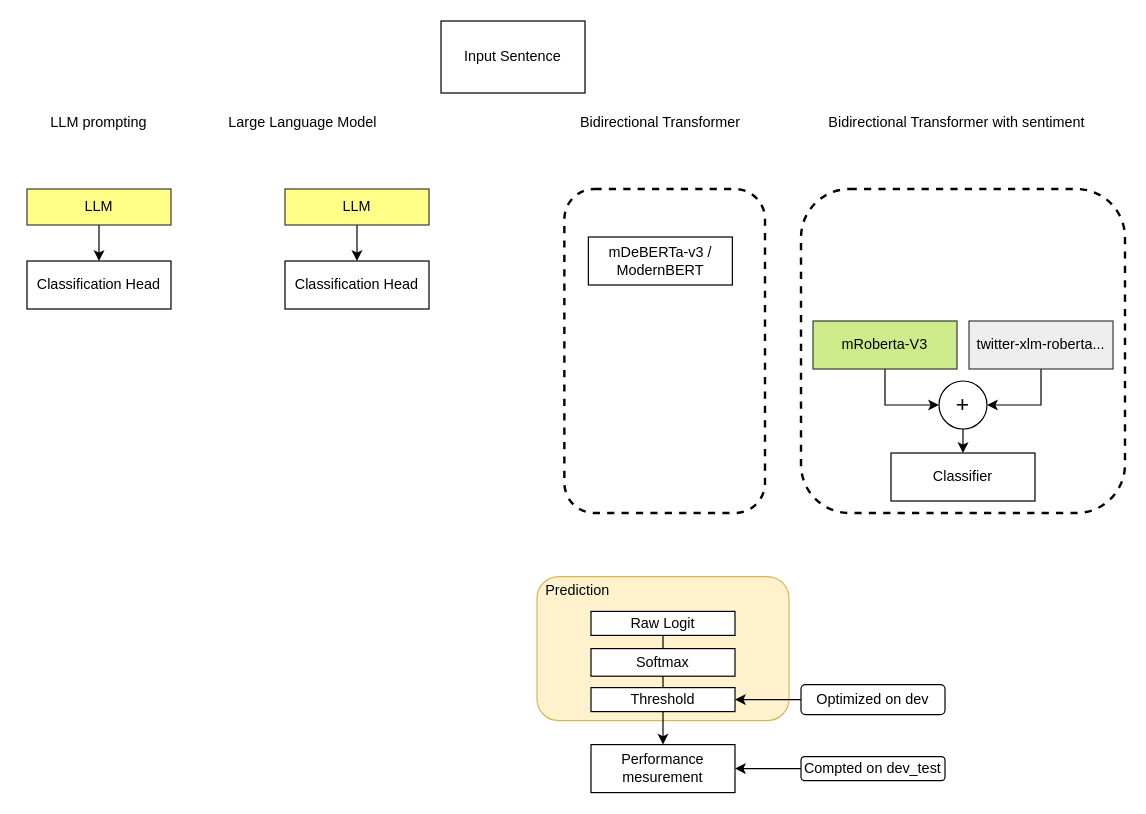
Earlier version of the draw.io diagram model_pipeline_schema.drawio (MatteoFasulo/clef2025-checkthat). Source tidied: cells renumbered, new cells numbered last; positions are measured from the earlier drawing's top-left corner, leaving out a move shared by most shapes. Both pictures are drawn from the tidied source at 120%, with x=0, y=0 at pixel (20, 20).
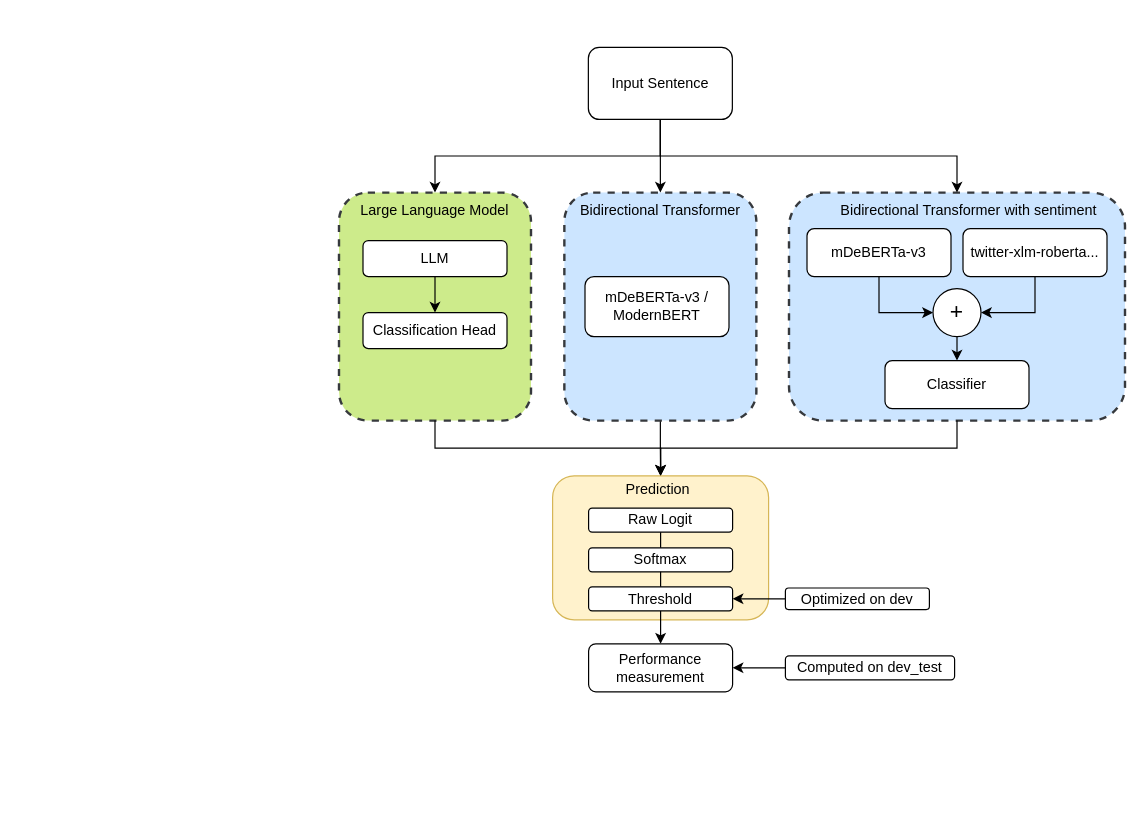
The same diagram, later.

Commit message:
schema of the model updated

Change to the diagram source:
```diff
@@
+    <mxCell id="36" style="rounded=1;whiteSpace=wrap;html=1;dashed=1;fillColor=#cdeb8b;strokeWidth=2;strokeColor=#36393d;" parent="1" vertex="1">
+      <mxGeometry x="265" y="143" width="160" height="190" as="geometry" />
+    </mxCell>
-    <mxCell id="2" style="rounded=1;whiteSpace=wrap;html=1;dashed=1;fillColor=none;strokeWidth=2;strokeColor=#000000;" parent="1" vertex="1">
-      <mxGeometry x="650" y="140" width="270" height="270" as="geometry" />
+    <mxCell id="2" style="rounded=1;whiteSpace=wrap;html=1;dashed=1;fillColor=#cce5ff;strokeWidth=2;strokeColor=#36393d;" parent="1" vertex="1">
+      <mxGeometry x="640" y="143" width="280" height="190" as="geometry" />
     </mxCell>
+    <mxCell id="37" style="edgeStyle=orthogonalEdgeStyle;rounded=0;jettySize=auto;html=1;exitX=0.5;exitY=1;exitDx=0;exitDy=0;entryX=0.5;entryY=0;entryDx=0;entryDy=0;" parent="1" edge="1" source="2" target="4">
+      <mxGeometry relative="1" as="geometry" />
+    </mxCell>
+    <mxCell id="38" style="edgeStyle=orthogonalEdgeStyle;rounded=0;jettySize=auto;html=1;exitX=0.5;exitY=1;exitDx=0;exitDy=0;entryX=0.5;entryY=0;entryDx=0;entryDy=0;" parent="1" edge="1" source="3" target="4">
+      <mxGeometry relative="1" as="geometry" />
+    </mxCell>
-    <mxCell id="3" style="rounded=1;whiteSpace=wrap;html=1;dashed=1;fillColor=none;strokeWidth=2;strokeColor=#000000;" parent="1" vertex="1">
-      <mxGeometry x="452.8" y="140" width="167.2" height="270" as="geometry" />
+    <mxCell id="3" style="rounded=1;whiteSpace=wrap;html=1;dashed=1;fillColor=#cce5ff;strokeWidth=2;strokeColor=#36393d;" parent="1" vertex="1">
+      <mxGeometry x="452.8" y="143" width="160" height="190" as="geometry" />
     </mxCell>
     <mxCell id="4" style="rounded=1;whiteSpace=wrap;html=1;fillColor=#fff2cc;strokeColor=#d6b656;" parent="1" vertex="1">
-      <mxGeometry x="430" y="463" width="210" height="120" as="geometry" />
+      <mxGeometry x="443" y="379" width="180" height="120" as="geometry" />
     </mxCell>
+    <mxCell id="39" style="edgeStyle=orthogonalEdgeStyle;rounded=0;jettySize=auto;html=1;exitX=0.5;exitY=1;exitDx=0;exitDy=0;entryX=0.5;entryY=0;entryDx=0;entryDy=0;" parent="1" edge="1" source="5" target="2">
+      <mxGeometry relative="1" as="geometry" />
+    </mxCell>
+    <mxCell id="40" style="edgeStyle=orthogonalEdgeStyle;rounded=0;jettySize=auto;html=1;exitX=0.5;exitY=1;exitDx=0;exitDy=0;" parent="1" edge="1" source="5" target="3">
+      <mxGeometry relative="1" as="geometry" />
+    </mxCell>
+    <mxCell id="41" style="edgeStyle=orthogonalEdgeStyle;rounded=0;jettySize=auto;html=1;exitX=0.5;exitY=1;exitDx=0;exitDy=0;entryX=0.5;entryY=0;entryDx=0;entryDy=0;" parent="1" edge="1" source="5" target="36">
+      <mxGeometry relative="1" as="geometry" />
+    </mxCell>
-    <mxCell id="5" value="Input Sentence" style="rounded=0;whiteSpace=wrap;html=1;" parent="1" vertex="1">
-      <mxGeometry x="350" width="120" height="60" as="geometry" />
+    <mxCell id="5" value="Input Sentence" style="rounded=1;whiteSpace=wrap;html=1;" parent="1" vertex="1">
+      <mxGeometry x="472.8" y="22" width="120" height="60" as="geometry" />
     </mxCell>
@@
-    <mxCell id="7" value="mRoberta-V3" style="rounded=0;whiteSpace=wrap;html=1;fillColor=#cdeb8b;strokeColor=#36393d;" parent="1" vertex="1">
-      <mxGeometry x="660" y="250" width="120" height="40" as="geometry" />
+    <mxCell id="7" value="mDeBERTa-v3" style="rounded=1;whiteSpace=wrap;html=1;glass=0;" parent="1" vertex="1">
+      <mxGeometry x="655" y="173" width="120" height="40" as="geometry" />
     </mxCell>
@@
-    <mxCell id="9" value="twitter-xlm-roberta..." style="rounded=0;whiteSpace=wrap;html=1;fillColor=#eeeeee;strokeColor=#36393d;" parent="1" vertex="1">
-      <mxGeometry x="790" y="250" width="120" height="40" as="geometry" />
+    <mxCell id="9" value="twitter-xlm-roberta..." style="rounded=1;whiteSpace=wrap;html=1;glass=0;" parent="1" vertex="1">
+      <mxGeometry x="785" y="173" width="120" height="40" as="geometry" />
     </mxCell>
@@
-    <mxCell id="11" value="LLM" style="rounded=0;whiteSpace=wrap;html=1;fillColor=#ffff88;strokeColor=#36393d;" parent="1" vertex="1">
-      <mxGeometry x="220" y="140" width="120" height="30" as="geometry" />
+    <mxCell id="11" value="LLM" style="rounded=1;whiteSpace=wrap;html=1;" parent="1" vertex="1">
+      <mxGeometry x="285" y="183" width="120" height="30" as="geometry" />
     </mxCell>
-    <mxCell id="12" value="Classifier" style="rounded=0;whiteSpace=wrap;html=1;" parent="1" vertex="1">
-      <mxGeometry x="725" y="360" width="120" height="40" as="geometry" />
+    <mxCell id="12" value="Classifier" style="rounded=1;whiteSpace=wrap;html=1;glass=0;" parent="1" vertex="1">
+      <mxGeometry x="720" y="283" width="120" height="40" as="geometry" />
     </mxCell>
-    <mxCell id="13" value="Raw Logit" style="rounded=0;whiteSpace=wrap;html=1;" parent="1" vertex="1">
-      <mxGeometry x="475" y="492" width="120" height="20" as="geometry" />
+    <mxCell id="13" value="Raw Logit" style="rounded=1;whiteSpace=wrap;html=1;" parent="1" vertex="1">
+      <mxGeometry x="473" y="406" width="120" height="20" as="geometry" />
     </mxCell>
-    <mxCell id="14" value="Softmax" style="rounded=0;whiteSpace=wrap;html=1;" parent="1" vertex="1">
-      <mxGeometry x="475" y="523" width="120" height="23" as="geometry" />
+    <mxCell id="14" value="Softmax" style="rounded=1;whiteSpace=wrap;html=1;" parent="1" vertex="1">
+      <mxGeometry x="473" y="439" width="120" height="20" as="geometry" />
     </mxCell>
@@
-    <mxCell id="16" value="&lt;div&gt;Threshold &lt;br&gt;&lt;/div&gt;" style="rounded=0;whiteSpace=wrap;html=1;" parent="1" vertex="1">
-      <mxGeometry x="475" y="555.5" width="120" height="20" as="geometry" />
+    <mxCell id="16" value="&lt;div&gt;Threshold &lt;br&gt;&lt;/div&gt;" style="rounded=1;whiteSpace=wrap;html=1;" parent="1" vertex="1">
+      <mxGeometry x="473" y="471.5" width="120" height="20" as="geometry" />
     </mxCell>
-    <mxCell id="17" value="&lt;div&gt;Performance &lt;br&gt;&lt;/div&gt;&lt;div&gt;mesurement&lt;/div&gt;" style="rounded=0;whiteSpace=wrap;html=1;" parent="1" vertex="1">
-      <mxGeometry x="475" y="603" width="120" height="40" as="geometry" />
+    <mxCell id="17" value="&lt;div&gt;Performance &lt;br&gt;&lt;/div&gt;&lt;div&gt;measurement&lt;/div&gt;" style="rounded=1;whiteSpace=wrap;html=1;" parent="1" vertex="1">
+      <mxGeometry x="473" y="519" width="120" height="40" as="geometry" />
     </mxCell>
@@
     <mxCell id="19" value="Optimized on dev" style="rounded=1;whiteSpace=wrap;html=1;" parent="1" vertex="1">
-      <mxGeometry x="650" y="553" width="120" height="25" as="geometry" />
+      <mxGeometry x="637" y="472.5" width="120" height="18" as="geometry" />
     </mxCell>
@@
     <mxCell id="21" value="&lt;font style=&quot;font-size: 19px;&quot;&gt;+&lt;/font&gt;" style="ellipse;whiteSpace=wrap;html=1;" parent="1" vertex="1">
-      <mxGeometry x="765" y="300" width="40" height="40" as="geometry" />
+      <mxGeometry x="760" y="223" width="40" height="40" as="geometry" />
     </mxCell>
     <mxCell id="22" value="Bidirectional Transformer with sentiment" style="text;html=1;align=center;verticalAlign=middle;whiteSpace=wrap;rounded=0;" parent="1" vertex="1">
-      <mxGeometry x="670" y="70" width="220" height="30" as="geometry" />
+      <mxGeometry x="680" y="143" width="220" height="30" as="geometry" />
     </mxCell>
     <mxCell id="23" value="Prediction" style="text;html=1;align=center;verticalAlign=middle;whiteSpace=wrap;rounded=0;" parent="1" vertex="1">
-      <mxGeometry x="434" y="460" width="60" height="30" as="geometry" />
+      <mxGeometry x="500.5" y="376" width="60" height="30" as="geometry" />
     </mxCell>
     <mxCell id="24" value="Bidirectional Transformer" style="text;html=1;align=center;verticalAlign=middle;whiteSpace=wrap;rounded=0;" parent="1" vertex="1">
-      <mxGeometry x="452.8" y="80" width="160" height="10" as="geometry" />
+      <mxGeometry x="452.8" y="153" width="160" height="10" as="geometry" />
     </mxCell>
     <mxCell id="25" value="Large Language Model" style="text;html=1;align=center;verticalAlign=middle;whiteSpace=wrap;rounded=0;" parent="1" vertex="1">
-      <mxGeometry x="170" y="70" width="130" height="30" as="geometry" />
+      <mxGeometry x="280" y="148" width="130" height="20" as="geometry" />
     </mxCell>
@@
-    <mxCell id="27" value="Compted on dev_test" style="rounded=1;whiteSpace=wrap;html=1;" parent="1" vertex="1">
-      <mxGeometry x="650" y="613" width="120" height="20" as="geometry" />
+    <mxCell id="27" value="Computed on dev_test" style="rounded=1;whiteSpace=wrap;html=1;" parent="1" vertex="1">
+      <mxGeometry x="637" y="529" width="141" height="20" as="geometry" />
     </mxCell>
-    <mxCell id="28" value="Classification Head" style="rounded=0;whiteSpace=wrap;html=1;" parent="1" vertex="1">
-      <mxGeometry x="220" y="200" width="120" height="40" as="geometry" />
+    <mxCell id="28" value="Classification Head" style="rounded=1;whiteSpace=wrap;html=1;" parent="1" vertex="1">
+      <mxGeometry x="285" y="243" width="120" height="30" as="geometry" />
     </mxCell>
@@
+    <mxCell id="35" value="&lt;div&gt;mDeBERTa-v3 / ModernBERT&lt;/div&gt;" style="rounded=1;whiteSpace=wrap;html=1;" parent="1" vertex="1">
+      <mxGeometry x="470" y="213" width="120" height="50" as="geometry" />
+    </mxCell>
+    <mxCell id="42" style="edgeStyle=orthogonalEdgeStyle;rounded=0;jettySize=auto;html=1;exitX=0.5;exitY=1;exitDx=0;exitDy=0;entryX=0.5;entryY=0;entryDx=0;entryDy=0;" parent="1" edge="1" source="36" target="4">
+      <mxGeometry relative="1" as="geometry" />
+    </mxCell>
-    <mxCell id="30" style="endArrow=none;html=1;rounded=0;entryX=0.5;entryY=1;entryDx=0;entryDy=0;exitX=0.5;exitY=0;exitDx=0;exitDy=0;" parent="1" edge="1" source="16" target="14">
+    <mxCell id="30" style="endArrow=none;html=1;rounded=0;exitX=0.5;exitY=0;exitDx=0;exitDy=0;entryX=0.5;entryY=1;entryDx=0;entryDy=0;" parent="1" edge="1" source="16" target="14">
       <mxGeometry relative="1" as="geometry" />
     </mxCell>
-    <mxCell id="31" style="edgeStyle=orthogonalEdgeStyle;rounded=0;jettySize=auto;html=1;exitX=0.5;exitY=1;exitDx=0;exitDy=0;entryX=0.5;entryY=0;entryDx=0;entryDy=0;" parent="1" edge="1" source="32" target="34">
-      <mxGeometry relative="1" as="geometry" />
-    </mxCell>
-    <mxCell id="32" value="LLM" style="rounded=0;whiteSpace=wrap;html=1;fillColor=#ffff88;strokeColor=#36393d;" parent="1" vertex="1">
-      <mxGeometry x="5" y="140" width="120" height="30" as="geometry" />
-    </mxCell>
-    <mxCell id="33" value="LLM prompting" style="text;html=1;align=center;verticalAlign=middle;whiteSpace=wrap;rounded=0;" parent="1" vertex="1">
-      <mxGeometry y="70" width="130" height="30" as="geometry" />
-    </mxCell>
-    <mxCell id="34" value="Classification Head" style="rounded=0;whiteSpace=wrap;html=1;" parent="1" vertex="1">
-      <mxGeometry x="5" y="200" width="120" height="40" as="geometry" />
-    </mxCell>
-    <mxCell id="35" value="&lt;div&gt;mDeBERTa-v3 / ModernBERT&lt;/div&gt;" style="rounded=0;whiteSpace=wrap;html=1;" parent="1" vertex="1">
-      <mxGeometry x="472.8" y="180" width="120" height="40" as="geometry" />
-    </mxCell>
```
